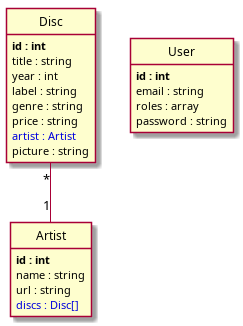
Above: symfony/puml/index.png in fcaumartin/DIW25053 (PlantUML), before the change. Its source is kept beside it as symfony/puml/index.puml.
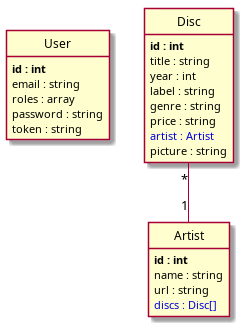
After the commit.

What changed in the source:
```diff
@@ -1,4 +1,12 @@
 @startuml
+class User {
+	**id : int**
+	email : string
+	roles : array
+	password : string
+	token : string
+}
+
 class Disc {
 	**id : int**
 	title : string
@@ -17,13 +25,6 @@
 	<color:#0000dd>discs : Disc[]</color>
 }
 
-class User {
-	**id : int**
-	email : string
-	roles : array
-	password : string
-}
-
 Disc "*"--"1" Artist
 
 
```
